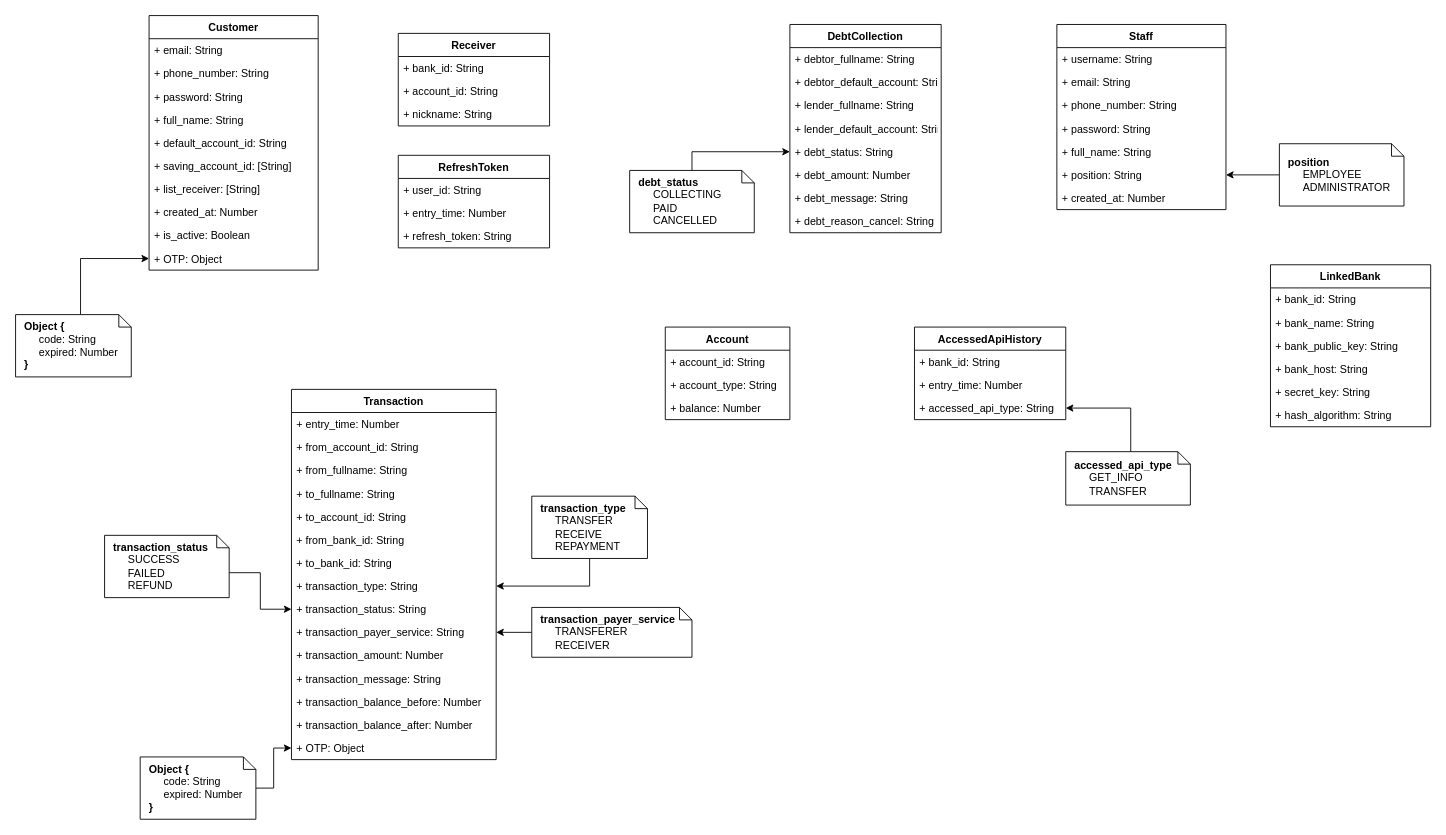
Before: 03_Design/01_Data/InternetBanking.drawio in imdotnhsang/AWAD_NNDK_08, a draw.io diagram. Source tidied: cells renumbered, new cells numbered last; positions are measured from the earlier drawing's top-left corner, leaving out a move shared by most shapes. Both pictures are drawn from the tidied source at 89%, with x=0, y=0 at pixel (15, 15).
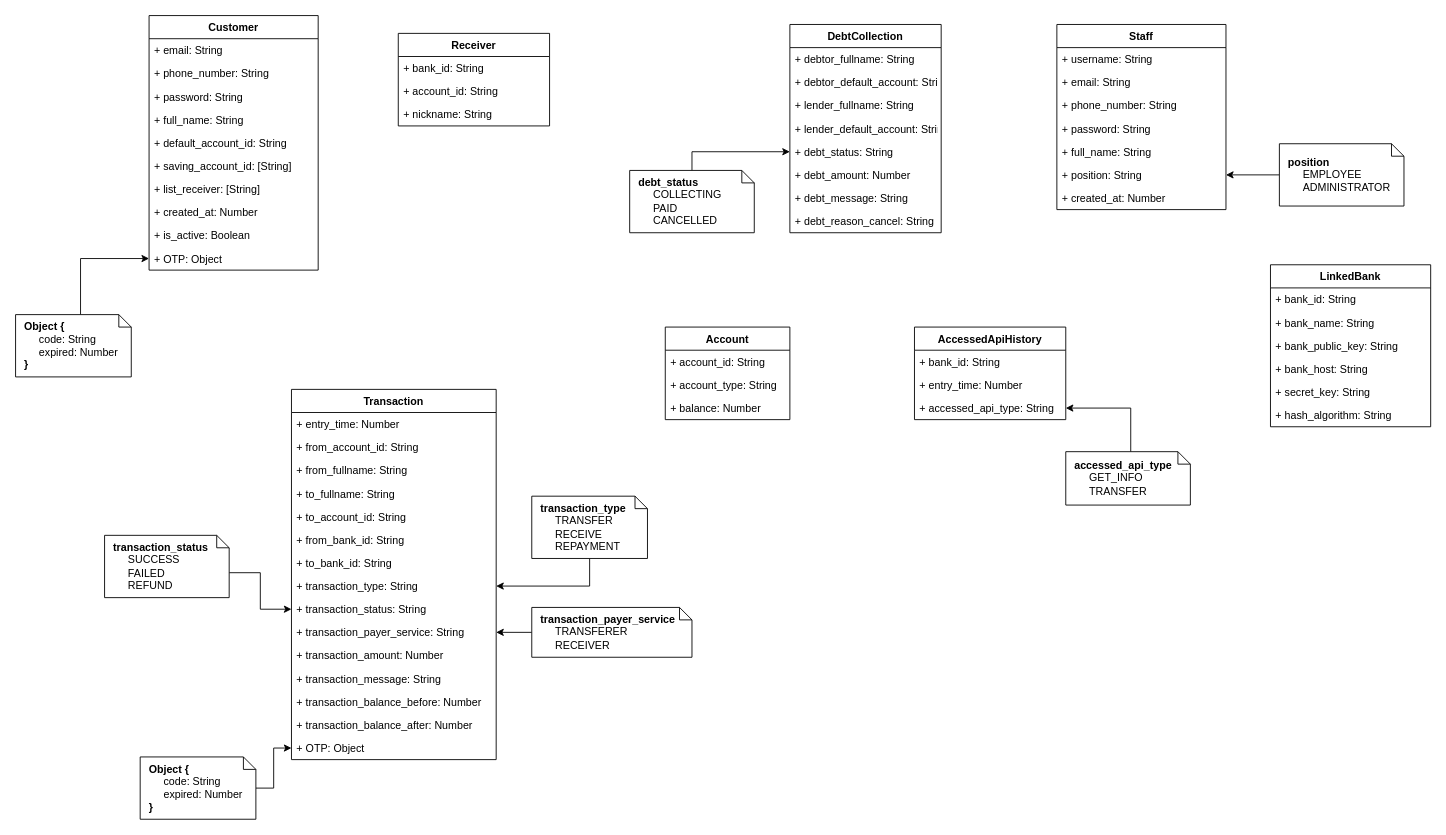
The same diagram, later.

The edit, as a diff of the source:
```diff
@@
-    <mxCell id="55" value="RefreshToken" style="swimlane;fontStyle=1;horizontal=1;startSize=26;fillColor=none;" parent="1" vertex="1">
-      <mxGeometry x="430" y="157" width="170" height="104" as="geometry" />
-    </mxCell>
-    <mxCell id="56" value="+ user_id: String" style="text;strokeColor=none;fillColor=none;align=left;verticalAlign=top;spacingLeft=4;spacingRight=4;overflow=hidden;" parent="55" vertex="1">
-      <mxGeometry y="26" width="170" height="26" as="geometry" />
-    </mxCell>
-    <mxCell id="57" value="+ entry_time: Number" style="text;strokeColor=none;fillColor=none;align=left;verticalAlign=top;spacingLeft=4;spacingRight=4;overflow=hidden;" parent="55" vertex="1">
-      <mxGeometry y="52" width="170" height="26" as="geometry" />
-    </mxCell>
-    <mxCell id="58" value="+ refresh_token: String" style="text;strokeColor=none;fillColor=none;align=left;verticalAlign=top;spacingLeft=4;spacingRight=4;overflow=hidden;" parent="55" vertex="1">
-      <mxGeometry y="78" width="170" height="26" as="geometry" />
-    </mxCell>
```
